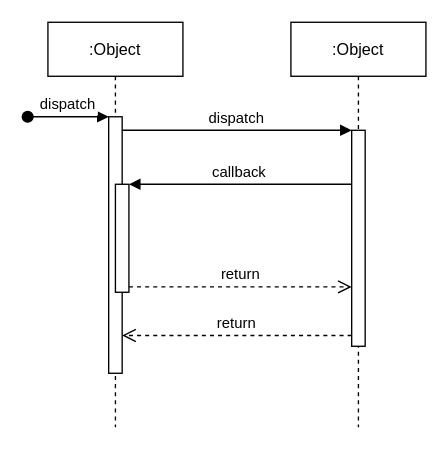
Earlier version of the draw.io diagram sd.drawio (hashyong/drawio). Source tidied: cells renumbered, new cells numbered last; positions are measured from the earlier drawing's top-left corner, leaving out a move shared by most shapes. Both pictures are drawn from the tidied source at 135%, with x=0, y=0 at pixel (27, 22).
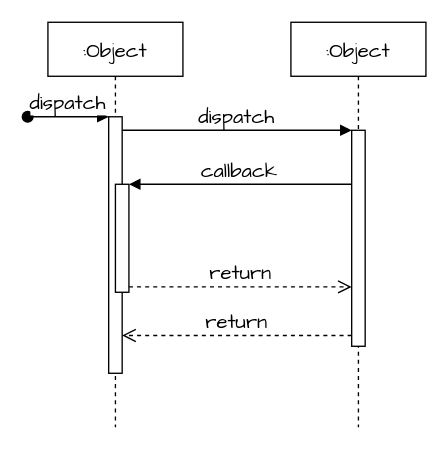
After the change.

What changed in the source:
```diff
@@
 <mxGraphModel>
   <root>
     <mxCell id="0" />
     <mxCell id="1" parent="0" />
-    <mxCell id="2" value=":Object" style="shape=umlLifeline;perimeter=lifelinePerimeter;rounded=0;shadow=0;strokeWidth=1;" parent="1" vertex="1">
+    <mxCell id="2" value=":Object" style="shape=umlLifeline;perimeter=lifelinePerimeter;rounded=0;shadow=0;strokeWidth=1;fontFamily=Comic Sans MS;fontSize=15;" parent="1" vertex="1">
       <mxGeometry x="15" width="100" height="300" as="geometry" />
     </mxCell>
-    <mxCell id="3" style="points=[];perimeter=orthogonalPerimeter;rounded=0;shadow=0;strokeWidth=1;" parent="2" vertex="1">
+    <mxCell id="3" style="points=[];perimeter=orthogonalPerimeter;rounded=0;shadow=0;strokeWidth=1;fontFamily=Comic Sans MS;fontSize=15;" parent="2" vertex="1">
       <mxGeometry x="45" y="70" width="10" height="190" as="geometry" />
     </mxCell>
-    <mxCell id="4" value="dispatch" style="verticalAlign=bottom;startArrow=oval;endArrow=block;startSize=8;shadow=0;strokeWidth=1;" parent="2" edge="1" target="3">
+    <mxCell id="4" value="dispatch" style="verticalAlign=bottom;startArrow=oval;endArrow=block;startSize=8;shadow=0;strokeWidth=1;fontFamily=Comic Sans MS;fontSize=15;" parent="2" edge="1" target="3">
       <mxGeometry relative="1" as="geometry">
         <mxPoint x="-15" y="70" as="sourcePoint" />
       </mxGeometry>
     </mxCell>
-    <mxCell id="5" style="points=[];perimeter=orthogonalPerimeter;rounded=0;shadow=0;strokeWidth=1;" parent="2" vertex="1">
+    <mxCell id="5" style="points=[];perimeter=orthogonalPerimeter;rounded=0;shadow=0;strokeWidth=1;fontFamily=Comic Sans MS;fontSize=15;" parent="2" vertex="1">
       <mxGeometry x="50" y="120" width="10" height="80" as="geometry" />
     </mxCell>
-    <mxCell id="6" value=":Object" style="shape=umlLifeline;perimeter=lifelinePerimeter;rounded=0;shadow=0;strokeWidth=1;" parent="1" vertex="1">
+    <mxCell id="6" value=":Object" style="shape=umlLifeline;perimeter=lifelinePerimeter;rounded=0;shadow=0;strokeWidth=1;fontFamily=Comic Sans MS;fontSize=15;" parent="1" vertex="1">
       <mxGeometry x="195" width="100" height="300" as="geometry" />
     </mxCell>
-    <mxCell id="7" style="points=[];perimeter=orthogonalPerimeter;rounded=0;shadow=0;strokeWidth=1;" parent="6" vertex="1">
+    <mxCell id="7" style="points=[];perimeter=orthogonalPerimeter;rounded=0;shadow=0;strokeWidth=1;fontFamily=Comic Sans MS;fontSize=15;" parent="6" vertex="1">
       <mxGeometry x="45" y="80" width="10" height="160" as="geometry" />
     </mxCell>
-    <mxCell id="8" value="return" style="verticalAlign=bottom;endArrow=open;dashed=1;endSize=8;exitX=0;exitY=0.95;shadow=0;strokeWidth=1;" parent="1" edge="1" source="7" target="3">
+    <mxCell id="8" value="return" style="verticalAlign=bottom;endArrow=open;dashed=1;endSize=8;exitX=0;exitY=0.95;shadow=0;strokeWidth=1;fontFamily=Comic Sans MS;fontSize=15;" parent="1" edge="1" source="7" target="3">
       <mxGeometry relative="1" as="geometry" />
     </mxCell>
-    <mxCell id="9" value="dispatch" style="verticalAlign=bottom;endArrow=block;entryX=0;entryY=0;shadow=0;strokeWidth=1;" parent="1" edge="1" source="3" target="7">
+    <mxCell id="9" value="dispatch" style="verticalAlign=bottom;endArrow=block;entryX=0;entryY=0;shadow=0;strokeWidth=1;fontFamily=Comic Sans MS;fontSize=15;" parent="1" edge="1" source="3" target="7">
       <mxGeometry relative="1" as="geometry" />
     </mxCell>
-    <mxCell id="10" value="callback" style="verticalAlign=bottom;endArrow=block;entryX=1;entryY=0;shadow=0;strokeWidth=1;" parent="1" edge="1" source="7" target="5">
+    <mxCell id="10" value="callback" style="verticalAlign=bottom;endArrow=block;entryX=1;entryY=0;shadow=0;strokeWidth=1;fontFamily=Comic Sans MS;fontSize=15;" parent="1" edge="1" source="7" target="5">
       <mxGeometry relative="1" as="geometry" />
     </mxCell>
-    <mxCell id="11" value="return" style="verticalAlign=bottom;endArrow=open;dashed=1;endSize=8;exitX=1;exitY=0.95;shadow=0;strokeWidth=1;" parent="1" edge="1" source="5" target="7">
+    <mxCell id="11" value="return" style="verticalAlign=bottom;endArrow=open;dashed=1;endSize=8;exitX=1;exitY=0.95;shadow=0;strokeWidth=1;fontFamily=Comic Sans MS;fontSize=15;" parent="1" edge="1" source="5" target="7">
       <mxGeometry relative="1" as="geometry" />
     </mxCell>
   </root>
 </mxGraphModel>
```
